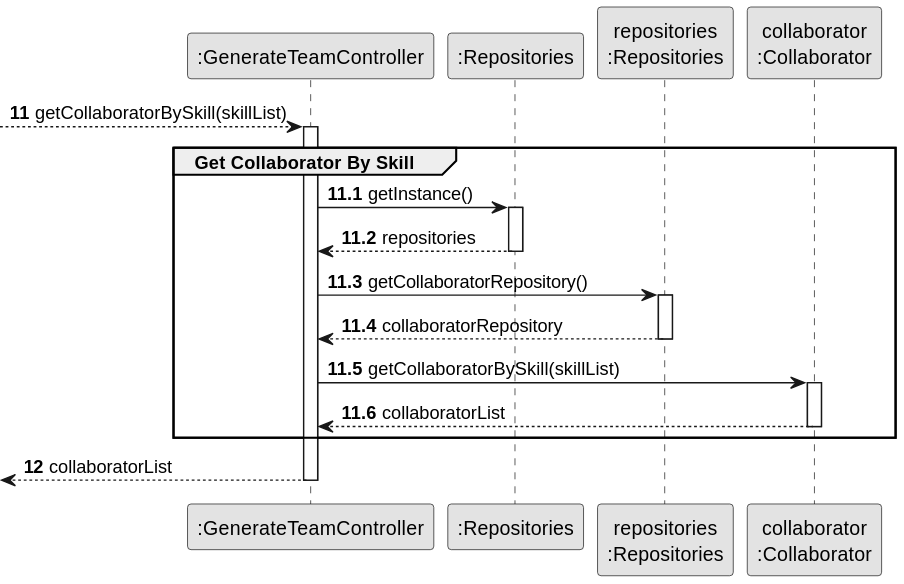
This is docs/sprint2/us05/03.design/svg/us05-sequence-diagram-partial-get-collaborator-by-skill.svg from Departamento-de-Engenharia-Informatica/lei-24-s2-1db-g022, a PlantUML export, as it was before one commit.
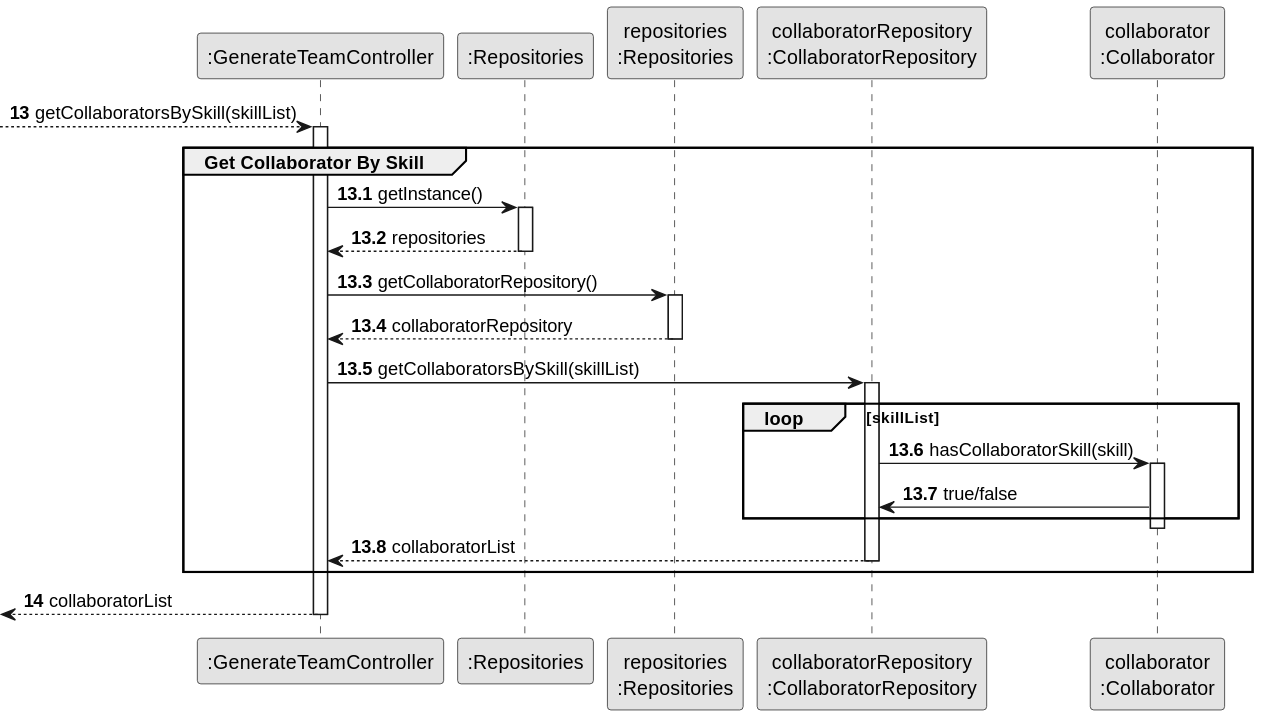
The same diagram one commit later.

Diff of the diagram source:
```diff
@@ -6,12 +6,14 @@
 participant ":GenerateTeamController" as CRL
 participant ":Repositories" as REP
 participant "repositories\n:Repositories" as PLAT
-participant "collaborator\n:Collaborator" as CL
+participant "collaboratorRepository\n:CollaboratorRepository" as CL
+participant "collaborator\n:Collaborator" as Collaborator
 
-autonumber 11
---> CRL: getCollaboratorBySkill(skillList)
 
-autonumber 11.1
+autonumber 13
+--> CRL: getCollaboratorsBySkill(skillList)
+
+autonumber 13.1
 
 activate CRL
 group Get Collaborator By Skill
@@ -30,13 +32,23 @@
 
 deactivate PLAT
 
-CRL -> CL : getCollaboratorBySkill(skillList)
+CRL -> CL : getCollaboratorsBySkill(skillList)
 activate CL
+loop skillList
+
+CL -> Collaborator : hasCollaboratorSkill(skill)
+activate Collaborator
+
+
+Collaborator -> CL : true/false
+end
+deactivate Collaborator
 CL--> CRL : collaboratorList
+
 deactivate CL
 
 end
-autonumber 12
+autonumber 14
 
 <--CRL : collaboratorList
 deactivate CRL
```
